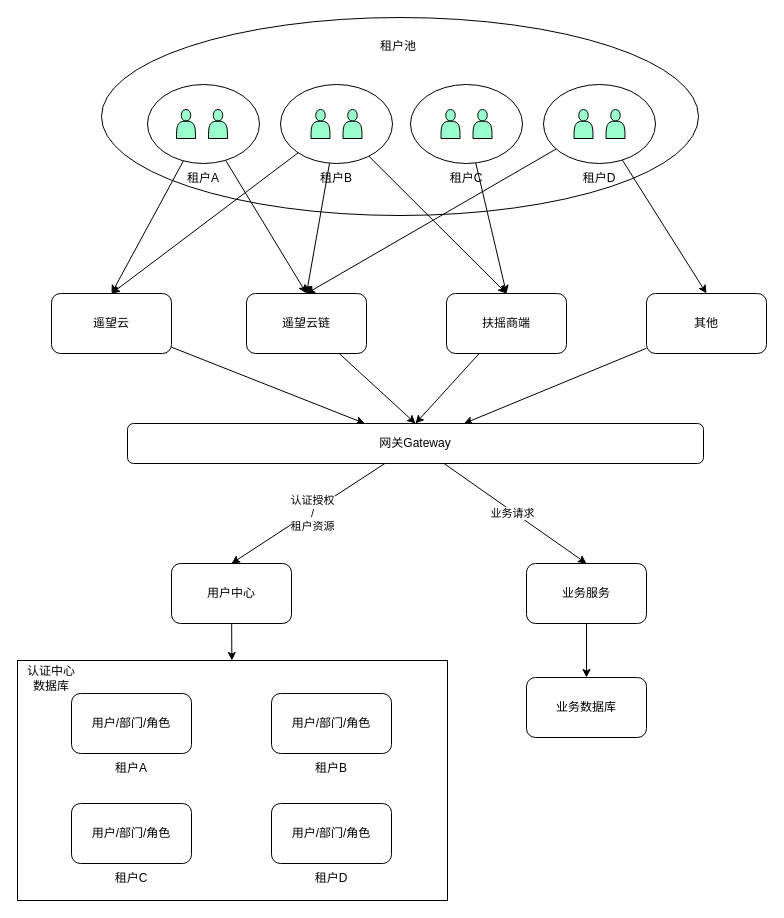
This is 多租户数据隔离方案.drawio from cn-yiran/design-doc, a draw.io file, before an edit. Source tidied: cells renumbered, new cells numbered last; positions are measured from the earlier drawing's top-left corner, leaving out a move shared by most shapes. Both pictures are drawn from the tidied source at 100%, with x=0, y=0 at pixel (17, 17).
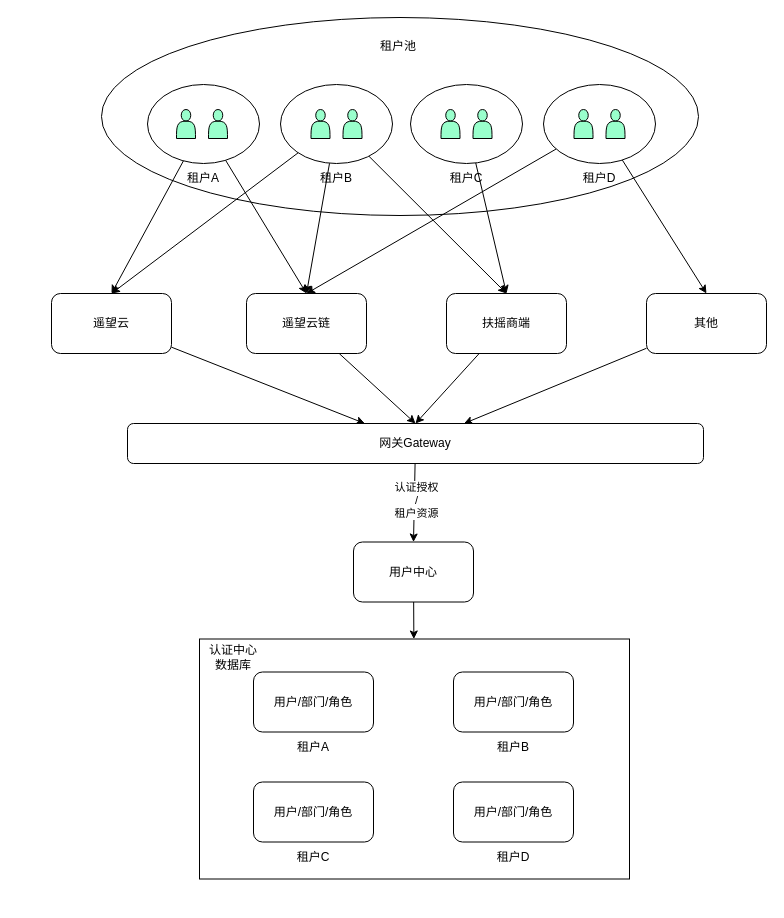
The same diagram, later.

Commit message:
更新多租户数据隔离方案.drawio

The change refers to these unchanged cells:
```xml
<mxCell id="11" style="edgeStyle=none;rounded=0;jettySize=auto;html=1;entryX=0.5;entryY=0;entryDx=0;entryDy=0;" parent="1" edge="1" source="15" target="17">
  <mxGeometry relative="1" as="geometry" />
</mxCell>
<mxCell id="15" value="网关Gateway" style="rounded=1;whiteSpace=wrap;html=1;fillColor=#FFFFFF;" parent="1" vertex="1">
  <mxGeometry x="110" y="406" width="576" height="40" as="geometry" />
</mxCell>
```

Change to the diagram source:
```diff
@@
     <mxCell id="2" style="rounded=0;whiteSpace=wrap;html=1;fillColor=#FFFFFF;" parent="1" vertex="1">
-      <mxGeometry y="643" width="430" height="240" as="geometry" />
+      <mxGeometry x="182" y="621.5" width="430" height="240" as="geometry" />
     </mxCell>
@@
     <mxCell id="12" value="认证授权&lt;br&gt;/&lt;br&gt;租户资源" style="edgeLabel;html=1;align=center;verticalAlign=middle;" parent="11" vertex="1">
       <mxGeometry x="-0.34" relative="1" as="geometry">
-        <mxPoint x="-23" y="17" as="offset" />
+        <mxPoint x="1" y="11" as="offset" />
       </mxGeometry>
     </mxCell>
-    <mxCell id="13" style="edgeStyle=none;rounded=0;jettySize=auto;html=1;entryX=0.5;entryY=0;entryDx=0;entryDy=0;" parent="1" edge="1" source="15" target="19">
-      <mxGeometry relative="1" as="geometry" />
-    </mxCell>
-    <mxCell id="14" value="业务请求" style="edgeLabel;html=1;align=center;verticalAlign=middle;" parent="13" vertex="1">
-      <mxGeometry x="-0.25" y="1" relative="1" as="geometry">
-        <mxPoint x="14" y="13" as="offset" />
-      </mxGeometry>
-    </mxCell>
@@
     <mxCell id="17" value="用户中心" style="rounded=1;whiteSpace=wrap;html=1;fillColor=#FFFFFF;" parent="1" vertex="1">
-      <mxGeometry x="154" y="546" width="120" height="60" as="geometry" />
+      <mxGeometry x="336" y="524.5" width="120" height="60" as="geometry" />
     </mxCell>
-    <mxCell id="18" style="edgeStyle=none;rounded=0;jettySize=auto;html=1;" parent="1" edge="1" source="19" target="20">
-      <mxGeometry relative="1" as="geometry" />
-    </mxCell>
-    <mxCell id="19" value="业务服务" style="rounded=1;whiteSpace=wrap;html=1;fillColor=#FFFFFF;" parent="1" vertex="1">
-      <mxGeometry x="509" y="546" width="120" height="60" as="geometry" />
-    </mxCell>
-    <mxCell id="20" value="业务数据库" style="whiteSpace=wrap;html=1;fillColor=#FFFFFF;rounded=1;" parent="1" vertex="1">
-      <mxGeometry x="509" y="660" width="120" height="60" as="geometry" />
-    </mxCell>
     <mxCell id="21" value="用户/部门/角色" style="rounded=1;whiteSpace=wrap;html=1;fillColor=#FFFFFF;" parent="1" vertex="1">
-      <mxGeometry x="54" y="676" width="120" height="60" as="geometry" />
+      <mxGeometry x="236" y="654.5" width="120" height="60" as="geometry" />
     </mxCell>
     <mxCell id="22" value="认证中心数据库" style="text;html=1;strokeColor=none;fillColor=none;align=center;verticalAlign=middle;whiteSpace=wrap;rounded=0;" parent="1" vertex="1">
-      <mxGeometry x="4" y="646" width="60" height="30" as="geometry" />
+      <mxGeometry x="186" y="624.5" width="60" height="30" as="geometry" />
     </mxCell>
     <mxCell id="23" value="租户A" style="text;html=1;strokeColor=none;fillColor=none;align=center;verticalAlign=middle;whiteSpace=wrap;rounded=0;" parent="1" vertex="1">
-      <mxGeometry x="84" y="736" width="60" height="30" as="geometry" />
+      <mxGeometry x="266" y="714.5" width="60" height="30" as="geometry" />
     </mxCell>
     <mxCell id="24" value="用户/部门/角色" style="rounded=1;whiteSpace=wrap;html=1;fillColor=#FFFFFF;" parent="1" vertex="1">
-      <mxGeometry x="254" y="676" width="120" height="60" as="geometry" />
+      <mxGeometry x="436" y="654.5" width="120" height="60" as="geometry" />
     </mxCell>
     <mxCell id="25" value="租户B" style="text;html=1;strokeColor=none;fillColor=none;align=center;verticalAlign=middle;whiteSpace=wrap;rounded=0;" parent="1" vertex="1">
-      <mxGeometry x="284" y="736" width="60" height="30" as="geometry" />
+      <mxGeometry x="466" y="714.5" width="60" height="30" as="geometry" />
     </mxCell>
     <mxCell id="26" value="用户/部门/角色" style="rounded=1;whiteSpace=wrap;html=1;fillColor=#FFFFFF;" parent="1" vertex="1">
-      <mxGeometry x="54" y="786" width="120" height="60" as="geometry" />
+      <mxGeometry x="236" y="764.5" width="120" height="60" as="geometry" />
     </mxCell>
     <mxCell id="27" value="租户C" style="text;html=1;strokeColor=none;fillColor=none;align=center;verticalAlign=middle;whiteSpace=wrap;rounded=0;" parent="1" vertex="1">
-      <mxGeometry x="84" y="846" width="60" height="30" as="geometry" />
+      <mxGeometry x="266" y="824.5" width="60" height="30" as="geometry" />
     </mxCell>
     <mxCell id="28" value="用户/部门/角色" style="rounded=1;whiteSpace=wrap;html=1;fillColor=#FFFFFF;" parent="1" vertex="1">
-      <mxGeometry x="254" y="786" width="120" height="60" as="geometry" />
+      <mxGeometry x="436" y="764.5" width="120" height="60" as="geometry" />
     </mxCell>
     <mxCell id="29" value="租户D" style="text;html=1;strokeColor=none;fillColor=none;align=center;verticalAlign=middle;whiteSpace=wrap;rounded=0;" parent="1" vertex="1">
-      <mxGeometry x="284" y="846" width="60" height="30" as="geometry" />
+      <mxGeometry x="466" y="824.5" width="60" height="30" as="geometry" />
     </mxCell>
```
